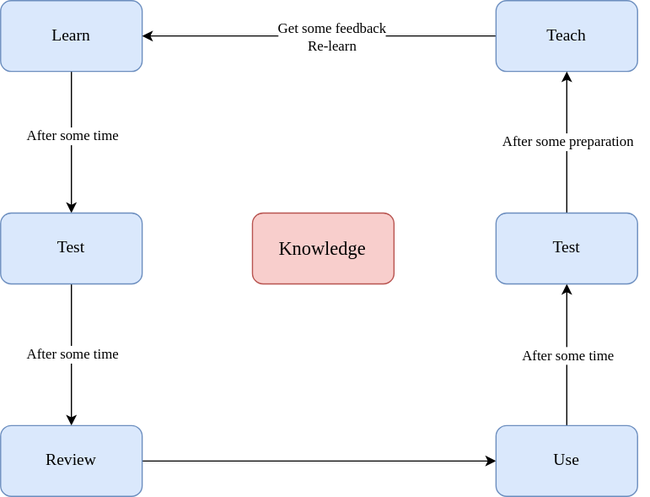
The draw.io diagram how-to-learn.drawio.svg in 109km/deep-thinking, before a commit. Source tidied: cells renumbered, new cells last; positions are measured from the earlier drawing's top-left corner, leaving out a move shared by most shapes. Source of this version:
```xml
<mxGraphModel>
  <root>
    <mxCell id="0" />
    <mxCell id="1" parent="0" />
    <mxCell id="2" style="edgeStyle=orthogonalEdgeStyle;rounded=0;jettySize=auto;html=1;exitX=0.5;exitY=1;exitDx=0;exitDy=0;entryX=0.5;entryY=0;entryDx=0;entryDy=0;" parent="1" edge="1" source="4" target="7">
      <mxGeometry relative="1" as="geometry" />
    </mxCell>
    <mxCell id="3" value="After some time" style="edgeLabel;html=1;align=center;verticalAlign=middle;fontFamily=Verdana;fontSize=12;" parent="2" vertex="1">
      <mxGeometry x="-0.13" relative="1" as="geometry">
        <mxPoint y="3" as="offset" />
      </mxGeometry>
    </mxCell>
    <mxCell id="4" value="Learn" style="rounded=1;whiteSpace=wrap;html=1;fontFamily=Verdana;fontSize=14;fillColor=#dae8fc;strokeColor=#6c8ebf;" parent="1" vertex="1">
      <mxGeometry width="120" height="60" as="geometry" />
    </mxCell>
    <mxCell id="5" style="edgeStyle=orthogonalEdgeStyle;rounded=0;jettySize=auto;html=1;exitX=0.5;exitY=1;exitDx=0;exitDy=0;entryX=0.5;entryY=0;entryDx=0;entryDy=0;" parent="1" edge="1" source="7" target="9">
      <mxGeometry relative="1" as="geometry" />
    </mxCell>
    <mxCell id="6" value="After some time" style="edgeLabel;html=1;align=center;verticalAlign=middle;fontFamily=Verdana;fontSize=12;" parent="5" vertex="1">
      <mxGeometry x="-0.17" y="2" relative="1" as="geometry">
        <mxPoint x="-2" y="10" as="offset" />
      </mxGeometry>
    </mxCell>
    <mxCell id="7" value="Test" style="rounded=1;whiteSpace=wrap;html=1;fontFamily=Verdana;fontSize=14;fillColor=#dae8fc;strokeColor=#6c8ebf;" parent="1" vertex="1">
      <mxGeometry y="180" width="120" height="60" as="geometry" />
    </mxCell>
    <mxCell id="8" style="edgeStyle=orthogonalEdgeStyle;rounded=0;jettySize=auto;html=1;exitX=1;exitY=0.5;exitDx=0;exitDy=0;entryX=0;entryY=0.5;entryDx=0;entryDy=0;" parent="1" edge="1" source="9" target="12">
      <mxGeometry relative="1" as="geometry" />
    </mxCell>
    <mxCell id="9" value="Review" style="rounded=1;whiteSpace=wrap;html=1;fontFamily=Verdana;fontSize=14;fillColor=#dae8fc;strokeColor=#6c8ebf;" parent="1" vertex="1">
      <mxGeometry y="360" width="120" height="60" as="geometry" />
    </mxCell>
    <mxCell id="10" style="edgeStyle=orthogonalEdgeStyle;rounded=0;jettySize=auto;html=1;exitX=0.5;exitY=0;exitDx=0;exitDy=0;" parent="1" edge="1" source="12" target="18">
      <mxGeometry relative="1" as="geometry" />
    </mxCell>
    <mxCell id="11" value="After some time" style="edgeLabel;html=1;align=center;verticalAlign=middle;fontSize=12;fontFamily=Verdana;" parent="10" vertex="1">
      <mxGeometry x="0.28" y="1" relative="1" as="geometry">
        <mxPoint x="1" y="17" as="offset" />
      </mxGeometry>
    </mxCell>
    <mxCell id="12" value="Use" style="rounded=1;whiteSpace=wrap;html=1;fontFamily=Verdana;fontSize=14;fillColor=#dae8fc;strokeColor=#6c8ebf;" parent="1" vertex="1">
      <mxGeometry x="420" y="360" width="120" height="60" as="geometry" />
    </mxCell>
    <mxCell id="13" style="edgeStyle=orthogonalEdgeStyle;rounded=0;jettySize=auto;html=1;exitX=0;exitY=0.5;exitDx=0;exitDy=0;" parent="1" edge="1" source="15" target="4">
      <mxGeometry relative="1" as="geometry" />
    </mxCell>
    <mxCell id="14" value="Get some feedback&lt;br&gt;Re-learn" style="edgeLabel;html=1;align=center;verticalAlign=middle;fontSize=12;fontFamily=Verdana;" parent="13" vertex="1">
      <mxGeometry x="-0.18" y="-1" relative="1" as="geometry">
        <mxPoint x="-16.5" y="1" as="offset" />
      </mxGeometry>
    </mxCell>
    <mxCell id="15" value="Teach" style="rounded=1;whiteSpace=wrap;html=1;fontFamily=Verdana;fontSize=14;fillColor=#dae8fc;strokeColor=#6c8ebf;" parent="1" vertex="1">
      <mxGeometry x="420" width="120" height="60" as="geometry" />
    </mxCell>
    <mxCell id="16" style="edgeStyle=orthogonalEdgeStyle;rounded=0;jettySize=auto;html=1;exitX=0.5;exitY=0;exitDx=0;exitDy=0;entryX=0.5;entryY=1;entryDx=0;entryDy=0;" parent="1" edge="1" source="18" target="15">
      <mxGeometry relative="1" as="geometry" />
    </mxCell>
    <mxCell id="17" value="After some preparation" style="edgeLabel;html=1;align=center;verticalAlign=middle;fontSize=12;fontFamily=Verdana;" parent="16" vertex="1">
      <mxGeometry x="0.17" y="3" relative="1" as="geometry">
        <mxPoint x="3" y="10" as="offset" />
      </mxGeometry>
    </mxCell>
    <mxCell id="18" value="Test" style="rounded=1;whiteSpace=wrap;html=1;fontFamily=Verdana;fontSize=14;fillColor=#dae8fc;strokeColor=#6c8ebf;" parent="1" vertex="1">
      <mxGeometry x="420" y="180" width="120" height="60" as="geometry" />
    </mxCell>
    <mxCell id="19" value="Knowledge" style="rounded=1;whiteSpace=wrap;html=1;fillColor=#f8cecc;strokeColor=#b85450;fontFamily=Verdana;fontSize=16;" parent="1" vertex="1">
      <mxGeometry x="213.5" y="180" width="120" height="60" as="geometry" />
    </mxCell>
  </root>
</mxGraphModel>
```
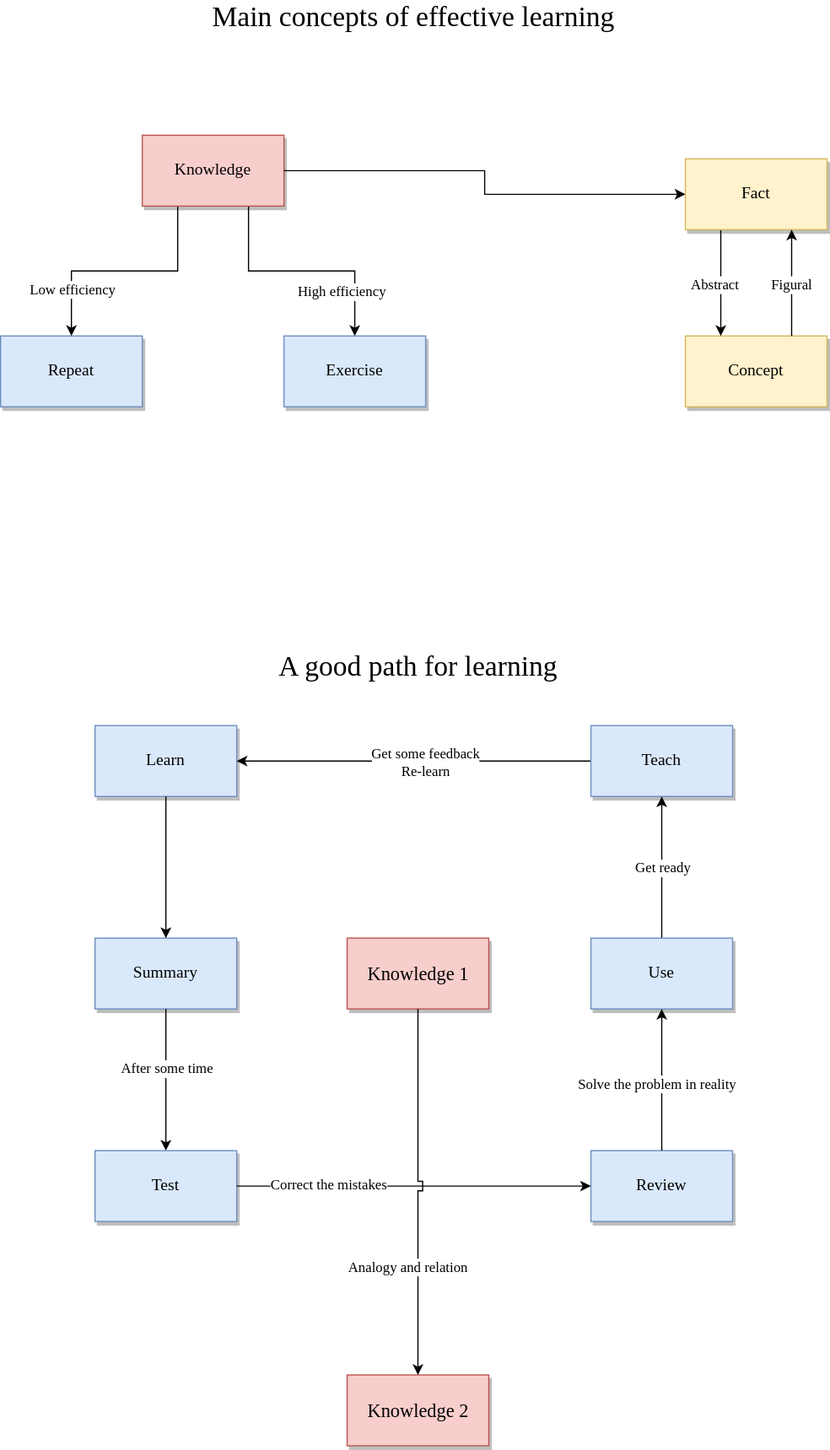
After the commit.

Change to the diagram source:
```diff
@@ -2,46 +2,39 @@
   <root>
     <mxCell id="0" />
     <mxCell id="1" parent="0" />
+    <mxCell id="20" style="group;" parent="1" vertex="1">
+      <mxGeometry x="-16" y="430" width="540" height="480" as="geometry" />
+    </mxCell>
+    <mxCell id="21" style="group;" parent="20" vertex="1">
+      <mxGeometry width="540" height="480" as="geometry" />
+    </mxCell>
+    <mxCell id="4" value="Learn" style="rounded=0;whiteSpace=wrap;html=1;fontFamily=Verdana;fontSize=14;fillColor=#dae8fc;strokeColor=#6c8ebf;glass=0;shadow=1;" parent="21" vertex="1">
+      <mxGeometry y="60" width="120" height="60" as="geometry" />
+    </mxCell>
+    <mxCell id="7" value="Summary" style="rounded=0;whiteSpace=wrap;html=1;fontFamily=Verdana;fontSize=14;fillColor=#dae8fc;strokeColor=#6c8ebf;glass=0;shadow=1;" parent="21" vertex="1">
+      <mxGeometry y="240" width="120" height="60" as="geometry" />
+    </mxCell>
-    <mxCell id="2" style="edgeStyle=orthogonalEdgeStyle;rounded=0;jettySize=auto;html=1;exitX=0.5;exitY=1;exitDx=0;exitDy=0;entryX=0.5;entryY=0;entryDx=0;entryDy=0;" parent="1" edge="1" source="4" target="7">
+    <mxCell id="2" style="edgeStyle=orthogonalEdgeStyle;rounded=0;jettySize=auto;html=1;exitX=0.5;exitY=1;exitDx=0;exitDy=0;entryX=0.5;entryY=0;entryDx=0;entryDy=0;" parent="21" edge="1" source="4" target="7">
       <mxGeometry relative="1" as="geometry" />
     </mxCell>
-    <mxCell id="3" value="After some time" style="edgeLabel;html=1;align=center;verticalAlign=middle;fontFamily=Verdana;fontSize=12;" parent="2" vertex="1">
-      <mxGeometry x="-0.13" relative="1" as="geometry">
-        <mxPoint y="3" as="offset" />
-      </mxGeometry>
-    </mxCell>
-    <mxCell id="4" value="Learn" style="rounded=1;whiteSpace=wrap;html=1;fontFamily=Verdana;fontSize=14;fillColor=#dae8fc;strokeColor=#6c8ebf;" parent="1" vertex="1">
-      <mxGeometry width="120" height="60" as="geometry" />
-    </mxCell>
+    <mxCell id="9" value="Test" style="rounded=0;whiteSpace=wrap;html=1;fontFamily=Verdana;fontSize=14;fillColor=#dae8fc;strokeColor=#6c8ebf;glass=0;shadow=1;" parent="21" vertex="1">
+      <mxGeometry y="420" width="120" height="60" as="geometry" />
+    </mxCell>
-    <mxCell id="5" style="edgeStyle=orthogonalEdgeStyle;rounded=0;jettySize=auto;html=1;exitX=0.5;exitY=1;exitDx=0;exitDy=0;entryX=0.5;entryY=0;entryDx=0;entryDy=0;" parent="1" edge="1" source="7" target="9">
+    <mxCell id="5" style="edgeStyle=orthogonalEdgeStyle;rounded=0;jettySize=auto;html=1;exitX=0.5;exitY=1;exitDx=0;exitDy=0;entryX=0.5;entryY=0;entryDx=0;entryDy=0;" parent="21" edge="1" source="7" target="9">
       <mxGeometry relative="1" as="geometry" />
     </mxCell>
-    <mxCell id="6" value="After some time" style="edgeLabel;html=1;align=center;verticalAlign=middle;fontFamily=Verdana;fontSize=12;" parent="5" vertex="1">
-      <mxGeometry x="-0.17" y="2" relative="1" as="geometry">
-        <mxPoint x="-2" y="10" as="offset" />
-      </mxGeometry>
-    </mxCell>
-    <mxCell id="7" value="Test" style="rounded=1;whiteSpace=wrap;html=1;fontFamily=Verdana;fontSize=14;fillColor=#dae8fc;strokeColor=#6c8ebf;" parent="1" vertex="1">
-      <mxGeometry y="180" width="120" height="60" as="geometry" />
-    </mxCell>
+    <mxCell id="22" value="&lt;font style=&quot;font-size: 12px;&quot;&gt;After some time&lt;/font&gt;" style="edgeLabel;html=1;align=center;verticalAlign=middle;fontSize=12;fontFamily=Verdana;" parent="5" vertex="1">
+      <mxGeometry x="-0.23" y="1" relative="1" as="geometry">
+        <mxPoint x="-1" y="3" as="offset" />
+      </mxGeometry>
+    </mxCell>
+    <mxCell id="12" value="Review" style="rounded=0;whiteSpace=wrap;html=1;fontFamily=Verdana;fontSize=14;fillColor=#dae8fc;strokeColor=#6c8ebf;glass=0;shadow=1;" parent="21" vertex="1">
+      <mxGeometry x="420" y="420" width="120" height="60" as="geometry" />
+    </mxCell>
-    <mxCell id="8" style="edgeStyle=orthogonalEdgeStyle;rounded=0;jettySize=auto;html=1;exitX=1;exitY=0.5;exitDx=0;exitDy=0;entryX=0;entryY=0.5;entryDx=0;entryDy=0;" parent="1" edge="1" source="9" target="12">
+    <mxCell id="8" style="edgeStyle=orthogonalEdgeStyle;rounded=0;jettySize=auto;html=1;exitX=1;exitY=0.5;exitDx=0;exitDy=0;entryX=0;entryY=0.5;entryDx=0;entryDy=0;" parent="21" edge="1" source="9" target="12">
       <mxGeometry relative="1" as="geometry" />
     </mxCell>
-    <mxCell id="9" value="Review" style="rounded=1;whiteSpace=wrap;html=1;fontFamily=Verdana;fontSize=14;fillColor=#dae8fc;strokeColor=#6c8ebf;" parent="1" vertex="1">
-      <mxGeometry y="360" width="120" height="60" as="geometry" />
-    </mxCell>
-    <mxCell id="10" style="edgeStyle=orthogonalEdgeStyle;rounded=0;jettySize=auto;html=1;exitX=0.5;exitY=0;exitDx=0;exitDy=0;" parent="1" edge="1" source="12" target="18">
-      <mxGeometry relative="1" as="geometry" />
-    </mxCell>
-    <mxCell id="11" value="After some time" style="edgeLabel;html=1;align=center;verticalAlign=middle;fontSize=12;fontFamily=Verdana;" parent="10" vertex="1">
-      <mxGeometry x="0.28" y="1" relative="1" as="geometry">
-        <mxPoint x="1" y="17" as="offset" />
-      </mxGeometry>
-    </mxCell>
-    <mxCell id="12" value="Use" style="rounded=1;whiteSpace=wrap;html=1;fontFamily=Verdana;fontSize=14;fillColor=#dae8fc;strokeColor=#6c8ebf;" parent="1" vertex="1">
-      <mxGeometry x="420" y="360" width="120" height="60" as="geometry" />
-    </mxCell>
-    <mxCell id="13" style="edgeStyle=orthogonalEdgeStyle;rounded=0;jettySize=auto;html=1;exitX=0;exitY=0.5;exitDx=0;exitDy=0;" parent="1" edge="1" source="15" target="4">
+    <mxCell id="13" style="edgeStyle=orthogonalEdgeStyle;rounded=0;jettySize=auto;html=1;exitX=0;exitY=0.5;exitDx=0;exitDy=0;" parent="21" edge="1" source="15" target="4">
       <mxGeometry relative="1" as="geometry" />
     </mxCell>
     <mxCell id="14" value="Get some feedback&lt;br&gt;Re-learn" style="edgeLabel;html=1;align=center;verticalAlign=middle;fontSize=12;fontFamily=Verdana;" parent="13" vertex="1">
@@ -49,22 +42,104 @@
         <mxPoint x="-16.5" y="1" as="offset" />
       </mxGeometry>
     </mxCell>
-    <mxCell id="15" value="Teach" style="rounded=1;whiteSpace=wrap;html=1;fontFamily=Verdana;fontSize=14;fillColor=#dae8fc;strokeColor=#6c8ebf;" parent="1" vertex="1">
-      <mxGeometry x="420" width="120" height="60" as="geometry" />
+    <mxCell id="15" value="Teach" style="rounded=0;whiteSpace=wrap;html=1;fontFamily=Verdana;fontSize=14;fillColor=#dae8fc;strokeColor=#6c8ebf;glass=0;shadow=1;" parent="21" vertex="1">
+      <mxGeometry x="420" y="60" width="120" height="60" as="geometry" />
     </mxCell>
-    <mxCell id="16" style="edgeStyle=orthogonalEdgeStyle;rounded=0;jettySize=auto;html=1;exitX=0.5;exitY=0;exitDx=0;exitDy=0;entryX=0.5;entryY=1;entryDx=0;entryDy=0;" parent="1" edge="1" source="18" target="15">
+    <mxCell id="16" style="edgeStyle=orthogonalEdgeStyle;rounded=0;jettySize=auto;html=1;exitX=0.5;exitY=0;exitDx=0;exitDy=0;entryX=0.5;entryY=1;entryDx=0;entryDy=0;" parent="21" edge="1" source="18" target="15">
       <mxGeometry relative="1" as="geometry" />
     </mxCell>
-    <mxCell id="17" value="After some preparation" style="edgeLabel;html=1;align=center;verticalAlign=middle;fontSize=12;fontFamily=Verdana;" parent="16" vertex="1">
+    <mxCell id="17" value="Get ready" style="edgeLabel;html=1;align=center;verticalAlign=middle;fontSize=12;fontFamily=Verdana;" parent="16" vertex="1">
       <mxGeometry x="0.17" y="3" relative="1" as="geometry">
         <mxPoint x="3" y="10" as="offset" />
       </mxGeometry>
     </mxCell>
-    <mxCell id="18" value="Test" style="rounded=1;whiteSpace=wrap;html=1;fontFamily=Verdana;fontSize=14;fillColor=#dae8fc;strokeColor=#6c8ebf;" parent="1" vertex="1">
-      <mxGeometry x="420" y="180" width="120" height="60" as="geometry" />
+    <mxCell id="18" value="Use" style="rounded=0;whiteSpace=wrap;html=1;fontFamily=Verdana;fontSize=14;fillColor=#dae8fc;strokeColor=#6c8ebf;glass=0;shadow=1;" parent="21" vertex="1">
+      <mxGeometry x="420" y="240" width="120" height="60" as="geometry" />
     </mxCell>
+    <mxCell id="10" style="edgeStyle=orthogonalEdgeStyle;rounded=0;jettySize=auto;html=1;exitX=0.5;exitY=0;exitDx=0;exitDy=0;" parent="21" edge="1" source="12" target="18">
+      <mxGeometry relative="1" as="geometry" />
+    </mxCell>
-    <mxCell id="19" value="Knowledge" style="rounded=1;whiteSpace=wrap;html=1;fillColor=#f8cecc;strokeColor=#b85450;fontFamily=Verdana;fontSize=16;" parent="1" vertex="1">
-      <mxGeometry x="213.5" y="180" width="120" height="60" as="geometry" />
+    <mxCell id="19" value="Knowledge 1" style="rounded=0;whiteSpace=wrap;html=1;fillColor=#f8cecc;strokeColor=#b85450;fontFamily=Verdana;fontSize=16;comic=0;shadow=1;" parent="21" vertex="1">
+      <mxGeometry x="213.5" y="240" width="120" height="60" as="geometry" />
     </mxCell>
+    <mxCell id="23" value="A good path for learning" style="text;html=1;strokeColor=none;fillColor=none;align=center;verticalAlign=middle;whiteSpace=wrap;rounded=0;fontFamily=Verdana;fontSize=24;" parent="21" vertex="1">
+      <mxGeometry x="113.5" width="320" height="20" as="geometry" />
+    </mxCell>
+    <mxCell id="24" value="&lt;font style=&quot;font-size: 12px&quot;&gt;Correct the mistakes&lt;br&gt;&lt;/font&gt;" style="edgeLabel;html=1;align=center;verticalAlign=middle;fontSize=12;fontFamily=Verdana;" parent="21" vertex="1">
+      <mxGeometry x="206" y="430" as="geometry">
+        <mxPoint x="-9" y="18" as="offset" />
+      </mxGeometry>
+    </mxCell>
+    <mxCell id="25" value="Solve the problem in reality" style="edgeLabel;html=1;align=center;verticalAlign=middle;fontSize=12;fontFamily=Verdana;" parent="21" vertex="1">
+      <mxGeometry x="480" y="370" as="geometry">
+        <mxPoint x="-5" y="-7" as="offset" />
+      </mxGeometry>
+    </mxCell>
+    <mxCell id="26" value="Knowledge 2" style="rounded=0;whiteSpace=wrap;html=1;fillColor=#f8cecc;strokeColor=#b85450;fontFamily=Verdana;fontSize=16;comic=0;shadow=1;" parent="1" vertex="1">
+      <mxGeometry x="197.5" y="1040" width="120" height="60" as="geometry" />
+    </mxCell>
+    <mxCell id="27" style="edgeStyle=orthogonalEdgeStyle;rounded=0;jumpStyle=sharp;jettySize=auto;html=1;exitX=0.5;exitY=1;exitDx=0;exitDy=0;entryX=0.5;entryY=0;entryDx=0;entryDy=0;fontFamily=Verdana;fontSize=12;shadow=0;comic=0;jumpSize=8;" parent="1" edge="1" source="19" target="26">
+      <mxGeometry relative="1" as="geometry" />
+    </mxCell>
+    <mxCell id="28" value="&lt;font style=&quot;font-size: 12px&quot;&gt;Analogy and relation&lt;br&gt;&lt;/font&gt;" style="edgeLabel;html=1;align=center;verticalAlign=middle;fontSize=12;fontFamily=Verdana;" parent="1" vertex="1">
+      <mxGeometry x="257.5" y="930" as="geometry">
+        <mxPoint x="-9" y="18" as="offset" />
+      </mxGeometry>
+    </mxCell>
+    <mxCell id="29" style="group;" parent="1" vertex="1">
+      <mxGeometry x="-96" y="-120" width="700" height="340" as="geometry" />
+    </mxCell>
+    <mxCell id="30" value="Main concepts of effective learning" style="text;html=1;strokeColor=none;fillColor=none;align=center;verticalAlign=middle;whiteSpace=wrap;rounded=0;fontFamily=Verdana;fontSize=24;" parent="29" vertex="1">
+      <mxGeometry x="117" width="466" height="20" as="geometry" />
+    </mxCell>
+    <mxCell id="31" style="group;" parent="29" vertex="1">
+      <mxGeometry y="110" width="700" height="230" as="geometry" />
+    </mxCell>
+    <mxCell id="32" value="Concept" style="rounded=0;whiteSpace=wrap;html=1;fontFamily=Verdana;fontSize=14;fillColor=#fff2cc;strokeColor=#d6b656;shadow=1;" parent="31" vertex="1">
+      <mxGeometry x="580" y="170" width="120" height="60" as="geometry" />
+    </mxCell>
+    <mxCell id="33" value="Exercise" style="rounded=0;whiteSpace=wrap;html=1;fontFamily=Verdana;fontSize=14;fillColor=#dae8fc;strokeColor=#6c8ebf;labelBackgroundColor=none;shadow=1;" parent="31" vertex="1">
+      <mxGeometry x="240" y="170" width="120" height="60" as="geometry" />
+    </mxCell>
+    <mxCell id="34" value="Repeat" style="rounded=0;whiteSpace=wrap;html=1;fontFamily=Verdana;fontSize=14;fillColor=#dae8fc;strokeColor=#6c8ebf;labelBackgroundColor=none;shadow=1;" parent="31" vertex="1">
+      <mxGeometry y="170" width="120" height="60" as="geometry" />
+    </mxCell>
+    <mxCell id="35" style="edgeStyle=orthogonalEdgeStyle;rounded=0;comic=0;jumpStyle=sharp;jumpSize=8;jettySize=auto;html=1;exitX=0.25;exitY=1;exitDx=0;exitDy=0;entryX=0.5;entryY=0;entryDx=0;entryDy=0;shadow=0;fontFamily=Verdana;fontSize=12;" parent="31" edge="1" source="38" target="34">
+      <mxGeometry relative="1" as="geometry" />
+    </mxCell>
+    <mxCell id="36" value="Low&amp;nbsp;efficiency" style="edgeLabel;html=1;align=center;verticalAlign=middle;fontSize=12;fontFamily=Verdana;" parent="35" vertex="1">
+      <mxGeometry x="0.1" relative="1" as="geometry">
+        <mxPoint x="-34" y="15" as="offset" />
+      </mxGeometry>
+    </mxCell>
+    <mxCell id="37" style="edgeStyle=orthogonalEdgeStyle;rounded=0;comic=0;jumpStyle=sharp;jumpSize=8;jettySize=auto;html=1;exitX=0.75;exitY=1;exitDx=0;exitDy=0;entryX=0.5;entryY=0;entryDx=0;entryDy=0;shadow=0;fontFamily=Verdana;fontSize=12;" parent="31" edge="1" source="38" target="33">
+      <mxGeometry relative="1" as="geometry" />
+    </mxCell>
+    <mxCell id="38" value="Knowledge" style="rounded=0;whiteSpace=wrap;html=1;fontFamily=Verdana;fontSize=14;fillColor=#f8cecc;strokeColor=#b85450;labelBackgroundColor=none;shadow=1;" parent="31" vertex="1">
+      <mxGeometry x="120" width="120" height="60" as="geometry" />
+    </mxCell>
+    <mxCell id="39" value="High efficiency" style="edgeLabel;html=1;align=center;verticalAlign=middle;fontSize=12;fontFamily=Verdana;" parent="31" vertex="1">
+      <mxGeometry x="322" y="117" as="geometry">
+        <mxPoint x="-34" y="15" as="offset" />
+      </mxGeometry>
+    </mxCell>
+    <mxCell id="40" style="edgeStyle=orthogonalEdgeStyle;rounded=0;comic=0;jumpStyle=sharp;jumpSize=8;jettySize=auto;html=1;exitX=0.25;exitY=1;exitDx=0;exitDy=0;shadow=0;fontFamily=Verdana;fontSize=12;entryX=0.25;entryY=0;entryDx=0;entryDy=0;" parent="31" edge="1" source="41" target="32">
+      <mxGeometry relative="1" as="geometry" />
+    </mxCell>
+    <mxCell id="41" value="Fact" style="rounded=0;whiteSpace=wrap;html=1;fontFamily=Verdana;fontSize=14;fillColor=#fff2cc;strokeColor=#d6b656;shadow=1;" parent="31" vertex="1">
+      <mxGeometry x="580" y="20" width="120" height="60" as="geometry" />
+    </mxCell>
+    <mxCell id="42" style="edgeStyle=orthogonalEdgeStyle;rounded=0;comic=0;jumpStyle=sharp;jumpSize=8;jettySize=auto;html=1;exitX=0.75;exitY=0;exitDx=0;exitDy=0;entryX=0.75;entryY=1;entryDx=0;entryDy=0;shadow=0;fontFamily=Verdana;fontSize=12;" parent="31" edge="1" source="32" target="41">
+      <mxGeometry relative="1" as="geometry" />
+    </mxCell>
+    <mxCell id="43" style="edgeStyle=orthogonalEdgeStyle;rounded=0;comic=0;jumpStyle=sharp;jumpSize=8;jettySize=auto;html=1;exitX=1;exitY=0.5;exitDx=0;exitDy=0;entryX=0;entryY=0.5;entryDx=0;entryDy=0;shadow=0;fontFamily=Verdana;fontSize=12;" parent="31" edge="1" source="38" target="41">
+      <mxGeometry relative="1" as="geometry" />
+    </mxCell>
+    <mxCell id="44" value="Abstract" style="text;html=1;align=center;verticalAlign=middle;fontSize=12;fontFamily=Verdana;labelBackgroundColor=#ffffff;" parent="31" vertex="1">
+      <mxGeometry x="570" y="117" width="70" height="20" as="geometry" />
+    </mxCell>
+    <mxCell id="45" value="Figural" style="text;html=1;align=center;verticalAlign=middle;fontSize=12;fontFamily=Verdana;labelBackgroundColor=#ffffff;" parent="31" vertex="1">
+      <mxGeometry x="640" y="117" width="60" height="20" as="geometry" />
+    </mxCell>
   </root>
 </mxGraphModel>
```
